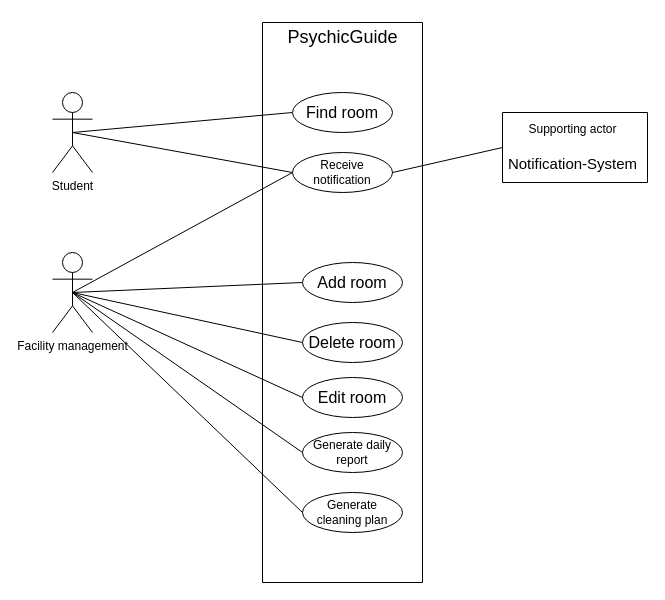
Earlier version of the draw.io diagram Unbenanntes Diagramm.drawio (phyllomenous/PM3_DomainModel). Source tidied: cells renumbered, new cells numbered last; positions are measured from the earlier drawing's top-left corner, leaving out a move shared by most shapes. Both pictures are drawn from the tidied source at 100%, with x=0, y=0 at pixel (52, 17).
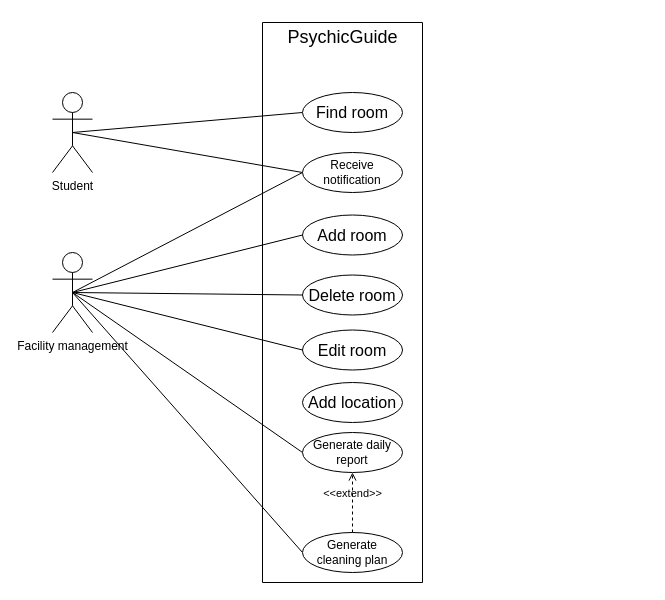
The same diagram, later.

The change refers to these unchanged cells:
```xml
<mxCell id="9" style="swimlane;startSize=0;" parent="1" vertex="1">
  <mxGeometry x="210" y="5" width="160" height="560" as="geometry" />
</mxCell>
<mxCell id="17" value="Generate daily report" style="ellipse;whiteSpace=wrap;html=1;" parent="9" vertex="1">
  <mxGeometry x="40" y="410" width="100" height="40" as="geometry" />
</mxCell>
```

Diff of the diagram source:
```diff
@@
     <mxCell id="10" value="&lt;font style=&quot;font-size: 16px;&quot;&gt;Find room&lt;/font&gt;" style="ellipse;whiteSpace=wrap;html=1;" parent="9" vertex="1">
-      <mxGeometry x="30" y="70" width="100" height="40" as="geometry" />
+      <mxGeometry x="40" y="70" width="100" height="40" as="geometry" />
     </mxCell>
     <mxCell id="11" value="&lt;font style=&quot;font-size: 16px;&quot;&gt;Add room&lt;/font&gt;" style="ellipse;whiteSpace=wrap;html=1;" parent="9" vertex="1">
-      <mxGeometry x="40" y="240" width="100" height="40" as="geometry" />
+      <mxGeometry x="40" y="192.5" width="100" height="40" as="geometry" />
     </mxCell>
     <mxCell id="12" value="&lt;font style=&quot;font-size: 16px;&quot;&gt;Delete room&lt;/font&gt;" style="ellipse;whiteSpace=wrap;html=1;" parent="9" vertex="1">
-      <mxGeometry x="40" y="300" width="100" height="40" as="geometry" />
+      <mxGeometry x="40" y="252.5" width="100" height="40" as="geometry" />
     </mxCell>
@@
     <mxCell id="14" value="Receive notification" style="ellipse;whiteSpace=wrap;html=1;" parent="9" vertex="1">
-      <mxGeometry x="30" y="130" width="100" height="40" as="geometry" />
+      <mxGeometry x="40" y="130" width="100" height="40" as="geometry" />
     </mxCell>
     <mxCell id="15" value="&lt;font style=&quot;font-size: 16px;&quot;&gt;Edit room&lt;/font&gt;" style="ellipse;whiteSpace=wrap;html=1;" parent="9" vertex="1">
-      <mxGeometry x="40" y="355" width="100" height="40" as="geometry" />
+      <mxGeometry x="40" y="307.5" width="100" height="40" as="geometry" />
     </mxCell>
@@
     <mxCell id="19" value="&lt;div&gt;Generate &lt;br&gt;&lt;/div&gt;&lt;div&gt;cleaning plan&lt;/div&gt;" style="ellipse;whiteSpace=wrap;html=1;" parent="9" vertex="1">
-      <mxGeometry x="40" y="470" width="100" height="40" as="geometry" />
+      <mxGeometry x="40" y="510" width="100" height="40" as="geometry" />
     </mxCell>
-    <mxCell id="20" style="rounded=0;jettySize=auto;html=1;exitX=0;exitY=0.5;exitDx=0;exitDy=0;entryX=1;entryY=0.5;entryDx=0;entryDy=0;endArrow=none;endFill=0;" parent="1" edge="1" source="21" target="14">
-      <mxGeometry relative="1" as="geometry" />
-    </mxCell>
-    <mxCell id="21" style="swimlane;startSize=0;" parent="1" vertex="1">
-      <mxGeometry x="450" y="95" width="145" height="70" as="geometry" />
-    </mxCell>
-    <mxCell id="22" value="&lt;div&gt;Supporting actor&lt;br&gt;&lt;/div&gt;&lt;div style=&quot;font-size: 15px;&quot;&gt;&lt;br&gt;&lt;/div&gt;&lt;div style=&quot;font-size: 15px;&quot;&gt;Notification-System&lt;/div&gt;" style="text;html=1;align=center;verticalAlign=middle;strokeColor=none;fillColor=none;" parent="21" vertex="1">
-      <mxGeometry x="-5" y="5" width="150" height="60" as="geometry" />
-    </mxCell>
+    <mxCell id="24" value="&amp;lt;&amp;lt;extend&amp;gt;&amp;gt;" style="endArrow=open;html=1;rounded=0;align=center;verticalAlign=bottom;dashed=1;endFill=0;labelBackgroundColor=none;exitX=0.5;exitY=0;exitDx=0;exitDy=0;entryX=0.5;entryY=1;entryDx=0;entryDy=0;" parent="9" edge="1" source="19" target="17">
+      <mxGeometry relative="1" as="geometry" />
+    </mxCell>
+    <mxCell id="25" style="html=1;align=center;verticalAlign=top;labelBackgroundColor=none;" parent="24" vertex="1">
+      <mxGeometry relative="1" as="geometry" />
+    </mxCell>
+    <mxCell id="26" value="&lt;font style=&quot;font-size: 16px;&quot;&gt;Add location&lt;/font&gt;" style="ellipse;whiteSpace=wrap;html=1;" parent="9" vertex="1">
+      <mxGeometry x="40" y="360" width="100" height="40" as="geometry" />
+    </mxCell>
```
